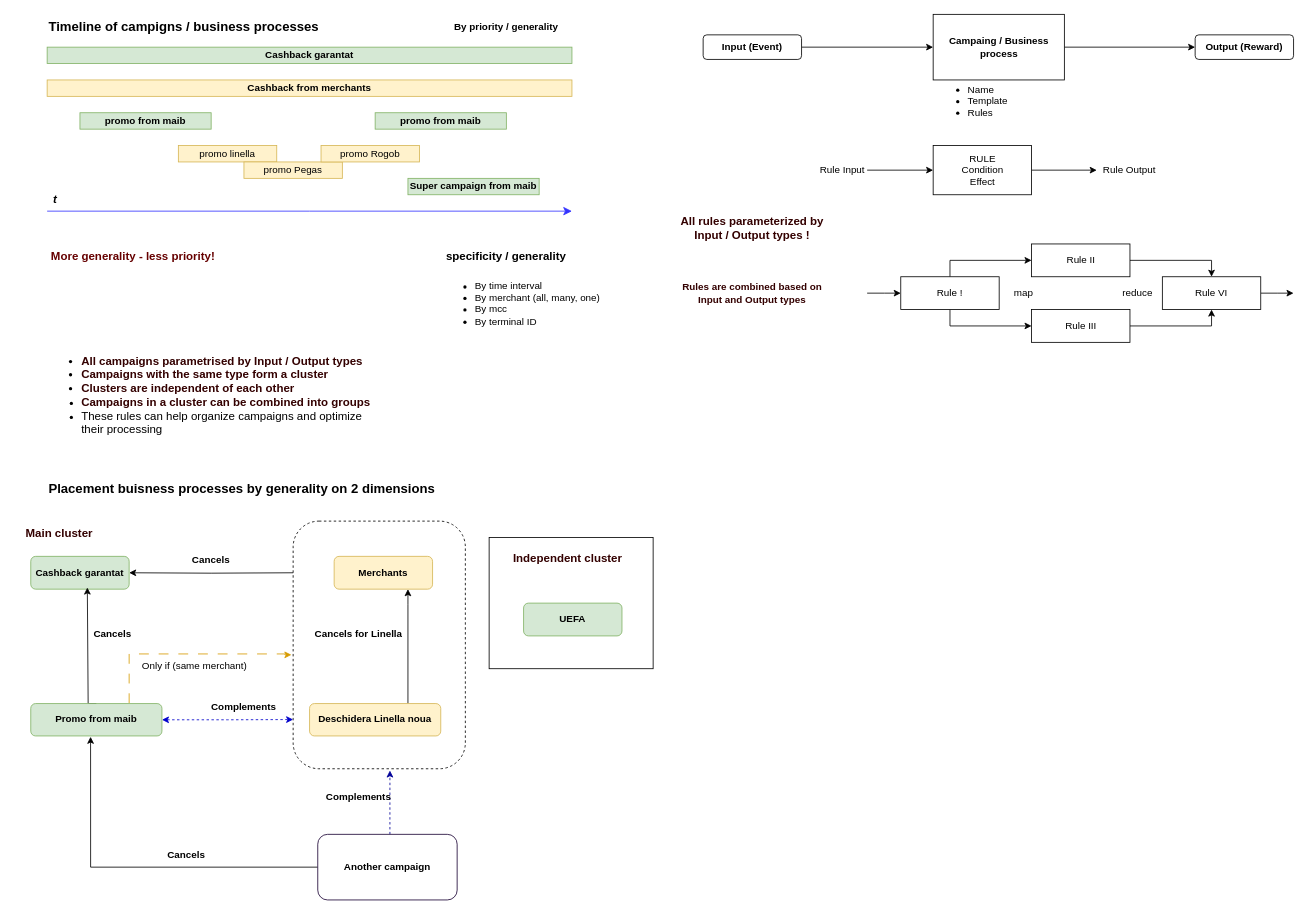
Above: Диаграмма без названия.drawio in DemiusAcademius/diagrams (draw.io), before the change. Source tidied: cells renumbered, new cells numbered last; positions are measured from the earlier drawing's top-left corner, leaving out a move shared by most shapes. Both pictures are drawn from the tidied source at 82%, with x=0, y=0 at pixel (14, 14).
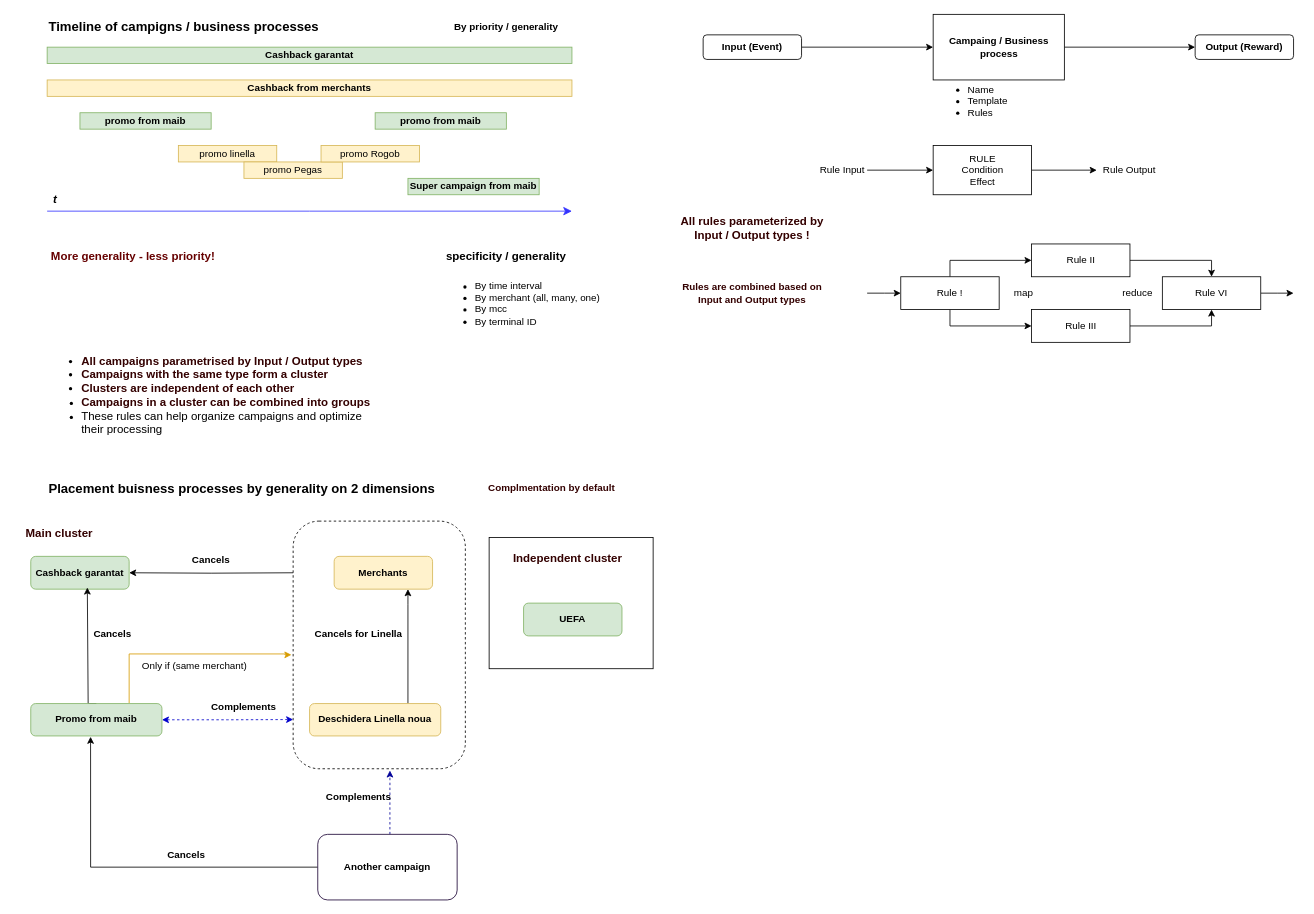
After the change.

Unchanged cells that the change refers to:
```xml
<mxCell id="2" style="rounded=1;whiteSpace=wrap;html=1;dashed=1;" parent="1" vertex="1">
  <mxGeometry x="340" y="618" width="210" height="302" as="geometry" />
</mxCell>
```

Change to the diagram source:
```diff
@@
-    <mxCell id="26" style="edgeStyle=orthogonalEdgeStyle;rounded=0;jettySize=auto;html=1;entryX=-0.01;entryY=0.54;entryDx=0;entryDy=0;dashed=1;fillColor=#ffe6cc;strokeColor=#d79b00;dashPattern=12 12;entryPerimeter=0;" parent="1" edge="1" target="2">
+    <mxCell id="26" style="edgeStyle=orthogonalEdgeStyle;rounded=0;jettySize=auto;html=1;entryX=-0.01;entryY=0.54;entryDx=0;entryDy=0;fillColor=#ffe6cc;strokeColor=#d79b00;entryPerimeter=0;" parent="1" edge="1" target="2">
       <mxGeometry relative="1" as="geometry">
         <mxPoint x="140" y="840" as="sourcePoint" />
         <Array as="points">
           <mxPoint x="140" y="780" />
           <mxPoint x="330" y="780" />
           <mxPoint x="330" y="781" />
         </Array>
       </mxGeometry>
     </mxCell>
@@
+    <mxCell id="68" value="&lt;b&gt;&lt;font color=&quot;#330000&quot;&gt;Complmentation by default&lt;/font&gt;&lt;/b&gt;" style="text;html=1;strokeColor=none;fillColor=none;align=center;verticalAlign=middle;whiteSpace=wrap;rounded=0;" parent="1" vertex="1">
+      <mxGeometry x="561" y="563" width="189" height="30" as="geometry" />
+    </mxCell>
```
